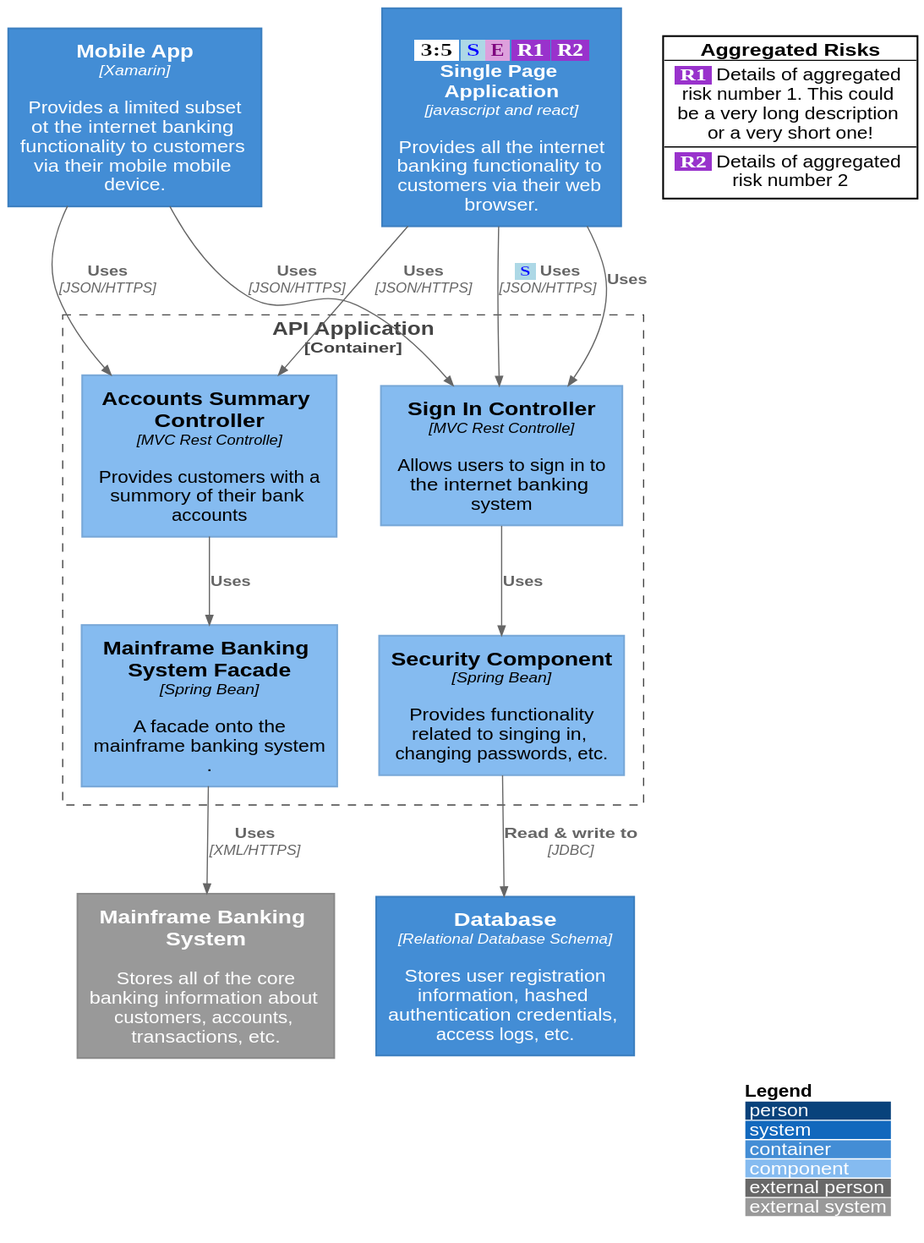
The PlantUML diagram examples/c4-example.svg in paulbrimicombe/stride-plantuml, before a commit.
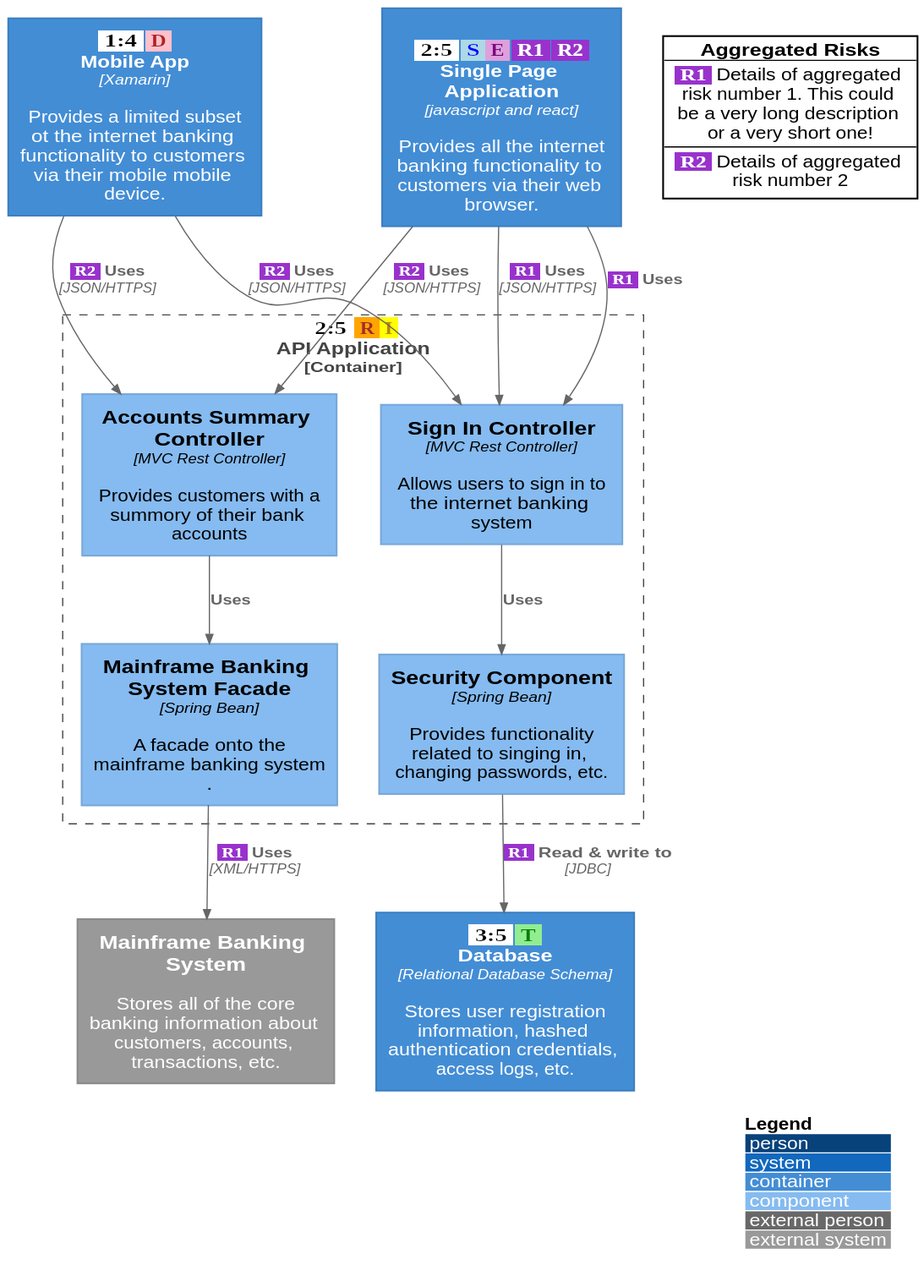
The same file after the commit.

Commit message:
Add more labels to C4 model example

Change to the diagram source:
```diff
@@ -4,29 +4,29 @@
 
 LAYOUT_WITH_LEGEND()
 
-Container(spa, <size:5>$TrustValueRatio("3:5") $Stride("SE") $AggregatedRisks("R1:R2")</size> \n=== Single Page Application, "javascript and react", "Provides all the internet banking functionality to customers via their web browser.", s)
-Container(ma, Mobile App, "Xamarin", "Provides a limited subset ot the internet banking functionality to customers via their mobile mobile device.")
-Container(db, "Database", "Relational Database Schema", "Stores user registration information, hashed authentication credentials, access logs, etc.")
+Container(spa, <size:5>$TrustValueRatio("2:5") $Stride("SE") $AggregatedRisks("R1:R2")</size> \n=== Single Page Application, "javascript and react", "Provides all the internet banking functionality to customers via their web browser.", s)
+Container(ma, <size:5>$TrustValueRatio("1:4") $Stride("D")</size>\n=== Mobile App, "Xamarin", "Provides a limited subset ot the internet banking functionality to customers via their mobile mobile device.")
+Container(db, <size:5>$TrustValueRatio("3:5") $Stride("T")</size>\n=== Database, "Relational Database Schema", "Stores user registration information, hashed authentication credentials, access logs, etc.")
 System_Ext(mbs, "Mainframe Banking System", "Stores all of the core banking information about customers, accounts, transactions, etc.")
 
-Container_Boundary(api, "API Application") {
-    Component(sign, "Sign In Controller", "MVC Rest Controlle", "Allows users to sign in to the internet banking system")
-    Component(accounts, "Accounts Summary Controller", "MVC Rest Controlle", "Provides customers with a summory of their bank accounts")
+Container_Boundary(api, <size:5>$TrustValueRatio("2:5") $Stride("RI")</size>\n=== API Application) {
+    Component(sign, "Sign In Controller", "MVC Rest Controller", "Allows users to sign in to the internet banking system")
+    Component(accounts, "Accounts Summary Controller", "MVC Rest Controller", "Provides customers with a summory of their bank accounts")
     Component(security, "Security Component", "Spring Bean", "Provides functionality related to singing in, changing passwords, etc.")
     Component(mbsfacade, "Mainframe Banking System Facade", "Spring Bean", "A facade onto the mainframe banking system.")
 
     Rel(sign, security, "Uses")
     Rel(accounts, mbsfacade, "Uses")
-    Rel(security, db, "Read & write to", "JDBC")
-    Rel(mbsfacade, mbs, "Uses", "XML/HTTPS")
+    Rel(security, db, $AggregatedRisk("R1") Read & write to, "JDBC")
+    Rel(mbsfacade, mbs, $AggregatedRisk("R1") Uses, "XML/HTTPS")
 }
 
-Rel(spa, sign, $Stride("S") Uses, "JSON/HTTPS")
-Rel(spa, sign, "Uses")
-Rel(spa, accounts, "Uses", "JSON/HTTPS")
+Rel(spa, sign, $AggregatedRisk("R1") Uses, "JSON/HTTPS")
+Rel(spa, sign, $AggregatedRisk("R1") Uses)
+Rel(spa, accounts, $AggregatedRisk("R2") Uses, "JSON/HTTPS")
 
-Rel(ma, sign, "Uses", "JSON/HTTPS")
-Rel(ma, accounts, "Uses", "JSON/HTTPS")
+Rel(ma, sign, $AggregatedRisk("R2") Uses , "JSON/HTTPS")
+Rel(ma, accounts, $AggregatedRisk("R2") Uses, "JSON/HTTPS")
 
 $RiskTable() [
   === Aggregated Risks
```
